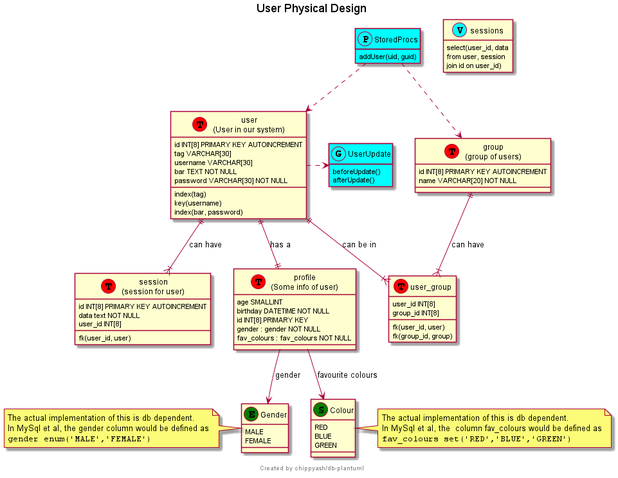
Before: examples/User_Physical.png, a diagram exported from PlantUML (chippyash/db-plantuml).
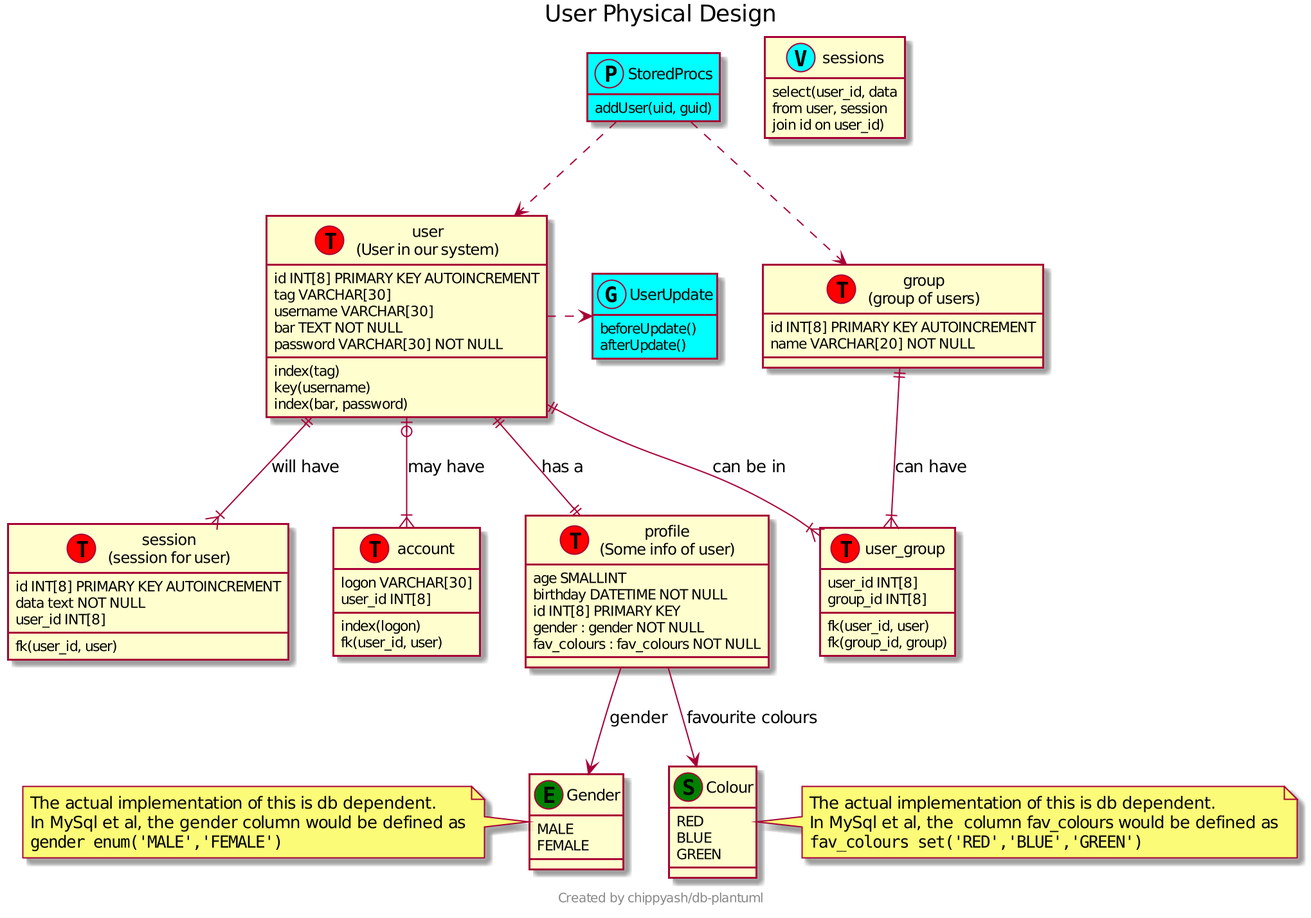
Later version of the same file.

Commit message:
add zero to many relationship

The edit, as a diff of the source:
```diff
@@ -1,5 +1,6 @@
 @startuml
 title User Physical Design
+
 
 
 
@@ -37,9 +38,18 @@
 		id INT[8] PRIMARY KEY AUTOINCREMENT
 	data text NOT NULL
 }
-				user ||--|{ session: can have
+				user ||--|{ session: will have
 	session : 	user_id INT[8]
 	session : fk(user_id, user)
+
+    	class "account" as ac << (T,red)Table >>
+ {
+    	logon VARCHAR[30]
+	index(logon)
+}
+				user |o--|{ ac: may have
+	ac : 	user_id INT[8]
+	ac : fk(user_id, user)
 
 		class profile as "profile\n(Some info of user)" << (T,red)Table >> {
 age SMALLINT
```
